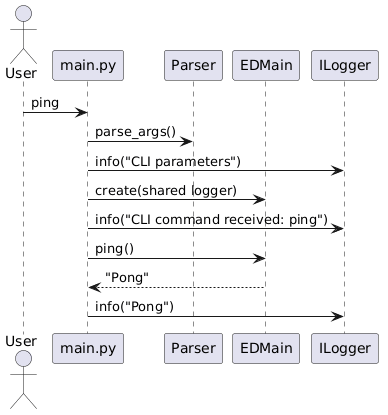
fazleskhan/elite_dangerous_discord_tools keeps this PlantUML diagram as docs/diagrams/cli/cli_ping_flow.png. Above is the earlier version.
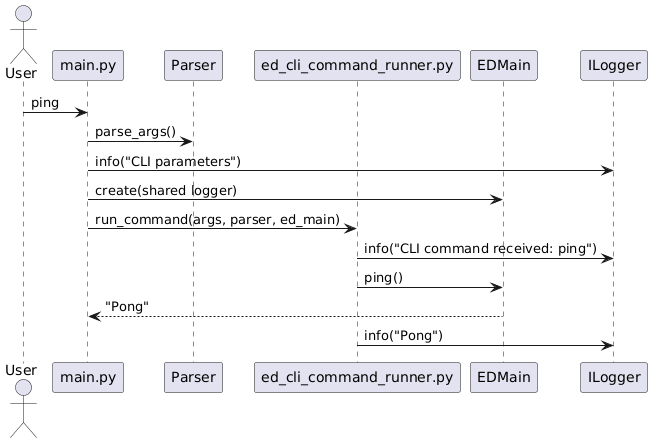
The same file after the commit.

What changed in the source:
```diff
@@ -2,6 +2,7 @@
 actor User
 participant "main.py" as Main
 participant Parser
+participant "ed_cli_command_runner.py" as CommandRunner
 participant EDMain
 participant ILogger as Logger
 
@@ -9,8 +10,9 @@
 Main -> Parser: parse_args()
 Main -> Logger: info("CLI parameters")
 Main -> EDMain: create(shared logger)
-Main -> Logger: info("CLI command received: ping")
-Main -> EDMain: ping()
+Main -> CommandRunner: run_command(args, parser, ed_main)
+CommandRunner -> Logger: info("CLI command received: ping")
+CommandRunner -> EDMain: ping()
 EDMain --> Main: "Pong"
-Main -> Logger: info("Pong")
+CommandRunner -> Logger: info("Pong")
 @enduml
```
